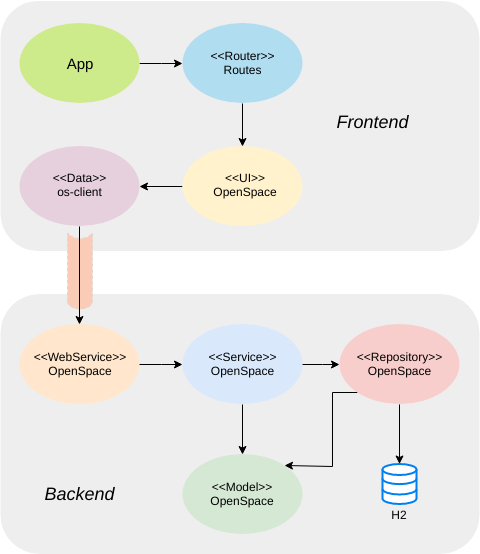
Above: other/Arquitectura.png in AugustoConti/smart-open-space (draw.io), before the change. Source tidied: cells renumbered, new cells last; positions are measured from the earlier drawing's top-left corner, leaving out a move shared by most shapes.
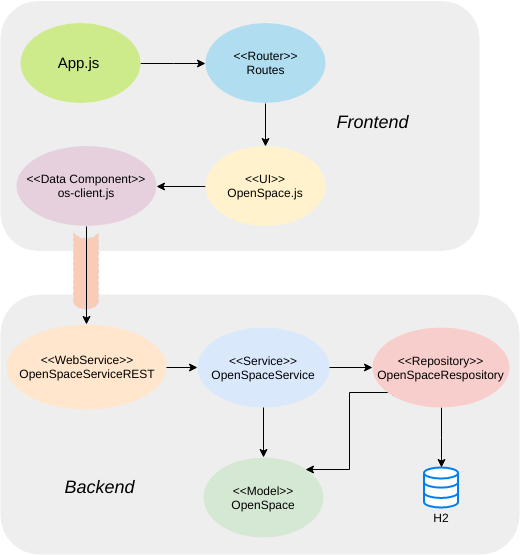
After the change.

Commit message:
:art: Actualizo diagramas

The edit, as a diff of the source:
```diff
@@ -3,34 +3,34 @@
     <mxCell id="0" />
     <mxCell id="1" parent="0" />
     <mxCell id="2" style="rounded=1;whiteSpace=wrap;html=1;fillColor=#eeeeee;strokeColor=none;" parent="1" vertex="1">
-      <mxGeometry y="292.5" width="479" height="260" as="geometry" />
+      <mxGeometry y="293" width="519" height="260" as="geometry" />
     </mxCell>
     <mxCell id="3" style="group;" parent="1" vertex="1">
-      <mxGeometry x="22" y="322.5" width="120" height="80" as="geometry" />
+      <mxGeometry x="10" y="323" width="160" height="85" as="geometry" />
     </mxCell>
     <mxCell id="4" style="group;" parent="3" vertex="1">
-      <mxGeometry x="-3" width="120" height="80" as="geometry" />
+      <mxGeometry x="-4" width="160" height="85" as="geometry" />
     </mxCell>
     <mxCell id="5" style="ellipse;whiteSpace=wrap;html=1;fillColor=#ffe6cc;strokeColor=none;" parent="4" vertex="1">
-      <mxGeometry width="120" height="80" as="geometry" />
+      <mxGeometry width="160" height="85" as="geometry" />
     </mxCell>
-    <mxCell id="6" value="&amp;lt;&amp;lt;WebService&amp;gt;&amp;gt;&lt;br&gt;OpenSpace" style="text;html=1;strokeColor=none;fillColor=none;align=center;verticalAlign=middle;whiteSpace=wrap;rounded=0;" parent="4" vertex="1">
-      <mxGeometry x="40" y="30" width="40" height="20" as="geometry" />
+    <mxCell id="6" value="&amp;lt;&amp;lt;WebService&amp;gt;&amp;gt;&lt;br&gt;OpenSpaceServiceREST" style="text;html=1;strokeColor=none;fillColor=none;align=center;verticalAlign=middle;whiteSpace=wrap;rounded=0;" parent="4" vertex="1">
+      <mxGeometry x="54.7" y="31.9" width="53.3" height="21.2" as="geometry" />
     </mxCell>
     <mxCell id="7" style="group;" parent="1" vertex="1">
-      <mxGeometry x="182" y="322.5" width="120" height="80" as="geometry" />
+      <mxGeometry x="197" y="326" width="132" height="80" as="geometry" />
     </mxCell>
     <mxCell id="8" style="group;" parent="7" vertex="1">
-      <mxGeometry width="120" height="80" as="geometry" />
+      <mxGeometry width="132" height="80" as="geometry" />
     </mxCell>
     <mxCell id="9" style="ellipse;whiteSpace=wrap;html=1;fillColor=#dae8fc;strokeColor=none;" parent="8" vertex="1">
-      <mxGeometry width="120" height="80" as="geometry" />
+      <mxGeometry width="132" height="80" as="geometry" />
     </mxCell>
-    <mxCell id="10" value="&amp;lt;&amp;lt;Service&amp;gt;&amp;gt;&lt;br&gt;OpenSpace" style="text;html=1;strokeColor=none;fillColor=none;align=center;verticalAlign=middle;whiteSpace=wrap;rounded=0;" parent="8" vertex="1">
-      <mxGeometry x="40" y="30" width="40" height="20" as="geometry" />
+    <mxCell id="10" value="&amp;lt;&amp;lt;Service&amp;gt;&amp;gt;&lt;br&gt;OpenSpaceService" style="text;html=1;strokeColor=none;fillColor=none;align=center;verticalAlign=middle;whiteSpace=wrap;rounded=0;" parent="8" vertex="1">
+      <mxGeometry x="44" y="30" width="44" height="20" as="geometry" />
     </mxCell>
     <mxCell id="11" style="group;" parent="1" vertex="1">
-      <mxGeometry x="182" y="452.5" width="120" height="80" as="geometry" />
+      <mxGeometry x="203" y="456" width="120" height="80" as="geometry" />
     </mxCell>
     <mxCell id="12" style="group;" parent="11" vertex="1">
       <mxGeometry width="120" height="80" as="geometry" />
@@ -42,7 +42,7 @@
       <mxGeometry x="40" y="30" width="40" height="20" as="geometry" />
     </mxCell>
     <mxCell id="15" style="group;" parent="1" vertex="1">
-      <mxGeometry x="379" y="462.5" width="40" height="60" as="geometry" />
+      <mxGeometry x="420.5" y="466" width="40" height="60" as="geometry" />
     </mxCell>
     <mxCell id="16" style="html=1;verticalLabelPosition=bottom;align=center;labelBackgroundColor=#ffffff;verticalAlign=top;strokeWidth=2;strokeColor=#0080F0;fillColor=#ffffff;shadow=0;dashed=0;shape=mxgraph.ios7.icons.data;" parent="15" vertex="1">
       <mxGeometry x="3" width="34" height="40" as="geometry" />
@@ -65,13 +65,14 @@
     <mxCell id="22" style="edgeStyle=orthogonalEdgeStyle;rounded=0;jettySize=auto;html=1;exitX=0;exitY=1;exitDx=0;exitDy=0;entryX=1;entryY=0;entryDx=0;entryDy=0;" parent="1" edge="1" source="39" target="13">
       <mxGeometry relative="1" as="geometry">
         <Array as="points">
-          <mxPoint x="332" y="390.5" />
-          <mxPoint x="332" y="464.5" />
+          <mxPoint x="392" y="391" />
+          <mxPoint x="349" y="391" />
+          <mxPoint x="349" y="468" />
         </Array>
       </mxGeometry>
     </mxCell>
     <mxCell id="23" value="Backend" style="text;html=1;strokeColor=none;fillColor=none;align=center;verticalAlign=middle;whiteSpace=wrap;rounded=0;glass=0;fontStyle=2;horizontal=1;fontSize=18;" parent="1" vertex="1">
-      <mxGeometry x="59" y="482.5" width="40" height="20" as="geometry" />
+      <mxGeometry x="79" y="476" width="40" height="20" as="geometry" />
     </mxCell>
     <mxCell id="24" style="rounded=1;whiteSpace=wrap;html=1;fillColor=#eeeeee;strokeColor=none;" parent="1" vertex="1">
       <mxGeometry y="-0.5" width="479" height="250" as="geometry" />
@@ -80,7 +81,7 @@
       <mxGeometry x="352" y="110.5" width="40" height="20" as="geometry" />
     </mxCell>
     <mxCell id="26" style="strokeWidth=1;html=1;shape=mxgraph.flowchart.stored_data;whiteSpace=wrap;rounded=0;glass=0;fillColor=#FACBB6;fontSize=18;direction=north;dashed=1;shadow=0;perimeterSpacing=0;strokeColor=#E3D4D1;" parent="1" vertex="1">
-      <mxGeometry x="67" y="231.5" width="25" height="76" as="geometry" />
+      <mxGeometry x="73" y="231.5" width="25" height="76" as="geometry" />
     </mxCell>
     <mxCell id="27" style="edgeStyle=orthogonalEdgeStyle;rounded=0;jettySize=auto;html=1;exitX=1;exitY=0.5;exitDx=0;exitDy=0;fontSize=15;" parent="1" edge="1" source="44" target="35">
       <mxGeometry relative="1" as="geometry" />
@@ -95,13 +96,13 @@
       <mxGeometry relative="1" as="geometry" />
     </mxCell>
     <mxCell id="31" style="ellipse;whiteSpace=wrap;html=1;fillColor=#fff2cc;strokeColor=none;gradientColor=none;" parent="1" vertex="1">
-      <mxGeometry x="182" y="144.5" width="120" height="80" as="geometry" />
+      <mxGeometry x="205" y="144.5" width="120" height="80" as="geometry" />
     </mxCell>
-    <mxCell id="32" value="&amp;lt;&amp;lt;UI&amp;gt;&amp;gt;&lt;br&gt;OpenSpace" style="text;html=1;strokeColor=none;fillColor=none;align=center;verticalAlign=middle;whiteSpace=wrap;rounded=0;" parent="1" vertex="1">
-      <mxGeometry x="225" y="173.5" width="40" height="20" as="geometry" />
+    <mxCell id="32" value="&amp;lt;&amp;lt;UI&amp;gt;&amp;gt;&lt;br&gt;OpenSpace.js" style="text;html=1;strokeColor=none;fillColor=none;align=center;verticalAlign=middle;whiteSpace=wrap;rounded=0;" parent="1" vertex="1">
+      <mxGeometry x="245" y="174.5" width="40" height="20" as="geometry" />
     </mxCell>
     <mxCell id="33" style="group;" parent="1" vertex="1">
-      <mxGeometry x="182" y="21.5" width="120" height="80" as="geometry" />
+      <mxGeometry x="205" y="21.5" width="120" height="80" as="geometry" />
     </mxCell>
     <mxCell id="34" style="group;" parent="33" vertex="1">
       <mxGeometry width="120" height="80" as="geometry" />
@@ -113,31 +114,31 @@
       <mxGeometry x="40" y="30" width="40" height="20" as="geometry" />
     </mxCell>
     <mxCell id="37" style="group;" parent="1" vertex="1">
-      <mxGeometry x="339" y="322.5" width="120" height="80" as="geometry" />
+      <mxGeometry x="372" y="326" width="137" height="80" as="geometry" />
     </mxCell>
     <mxCell id="38" style="group;" parent="37" vertex="1">
-      <mxGeometry width="120" height="80" as="geometry" />
+      <mxGeometry width="137" height="80" as="geometry" />
     </mxCell>
     <mxCell id="39" style="ellipse;whiteSpace=wrap;html=1;fillColor=#f8cecc;strokeColor=none;gradientColor=none;" parent="38" vertex="1">
-      <mxGeometry width="120" height="80" as="geometry" />
+      <mxGeometry width="137" height="80" as="geometry" />
     </mxCell>
-    <mxCell id="40" value="&amp;lt;&amp;lt;Repository&amp;gt;&amp;gt;&lt;br&gt;OpenSpace" style="text;strokeColor=none;fillColor=none;align=center;verticalAlign=middle;whiteSpace=wrap;rounded=0;labelBackgroundColor=none;labelBorderColor=none;html=1;" parent="38" vertex="1">
-      <mxGeometry x="40" y="30" width="40" height="20" as="geometry" />
+    <mxCell id="40" value="&amp;lt;&amp;lt;Repository&amp;gt;&amp;gt;&lt;br&gt;OpenSpaceRespository" style="text;strokeColor=none;fillColor=none;align=center;verticalAlign=middle;whiteSpace=wrap;rounded=0;labelBackgroundColor=none;labelBorderColor=none;html=1;" parent="38" vertex="1">
+      <mxGeometry x="45.7" y="30" width="45.7" height="20" as="geometry" />
     </mxCell>
     <mxCell id="41" style="group;" parent="1" vertex="1">
-      <mxGeometry x="19" y="144.5" width="120" height="80" as="geometry" />
+      <mxGeometry x="19" y="144.5" width="140" height="80" as="geometry" />
     </mxCell>
     <mxCell id="42" style="ellipse;whiteSpace=wrap;html=1;fillColor=#e6d0de;strokeColor=none;gradientColor=none;" parent="41" vertex="1">
-      <mxGeometry width="120" height="80" as="geometry" />
+      <mxGeometry x="-3" width="140" height="80" as="geometry" />
     </mxCell>
-    <mxCell id="43" value="&amp;lt;&amp;lt;Data&amp;gt;&amp;gt;&lt;br&gt;os-client" style="text;html=1;strokeColor=none;fillColor=none;align=center;verticalAlign=middle;whiteSpace=wrap;rounded=0;" parent="41" vertex="1">
-      <mxGeometry x="10" y="19" width="100" height="40" as="geometry" />
+    <mxCell id="43" value="&amp;lt;&amp;lt;Data Component&amp;gt;&amp;gt;&lt;br&gt;os-client.js" style="text;html=1;strokeColor=none;fillColor=none;align=center;verticalAlign=middle;whiteSpace=wrap;rounded=0;" parent="41" vertex="1">
+      <mxGeometry x="1" y="20" width="130" height="40" as="geometry" />
     </mxCell>
     <mxCell id="44" style="ellipse;whiteSpace=wrap;html=1;fillColor=#cdeb8b;strokeColor=none;" parent="1" vertex="1">
-      <mxGeometry x="19" y="21.5" width="120" height="80" as="geometry" />
+      <mxGeometry x="20" y="21.5" width="120" height="80" as="geometry" />
     </mxCell>
-    <mxCell id="45" value="App" style="text;html=1;strokeColor=none;fillColor=none;align=center;verticalAlign=middle;whiteSpace=wrap;rounded=0;fontSize=15;" parent="1" vertex="1">
-      <mxGeometry x="59" y="51.5" width="40" height="20" as="geometry" />
+    <mxCell id="45" value="App.js" style="text;html=1;strokeColor=none;fillColor=none;align=center;verticalAlign=middle;whiteSpace=wrap;rounded=0;fontSize=15;" parent="1" vertex="1">
+      <mxGeometry x="58" y="50.5" width="40" height="20" as="geometry" />
     </mxCell>
   </root>
 </mxGraphModel>
```
